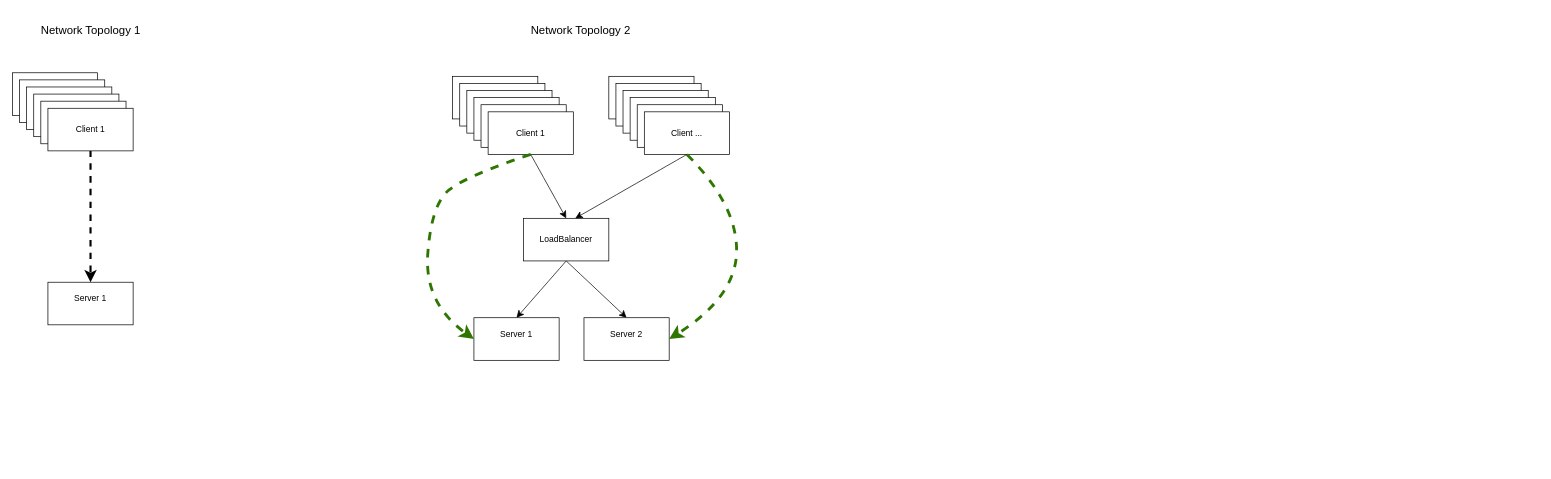
Before: Network_diagram.drawio in AlfSelen/distributedSystem, a draw.io diagram. Source tidied: cells renumbered, new cells numbered last; positions are measured from the earlier drawing's top-left corner, leaving out a move shared by most shapes. Both pictures are drawn from the tidied source at 71%, with x=0, y=0 at pixel (12, 19).
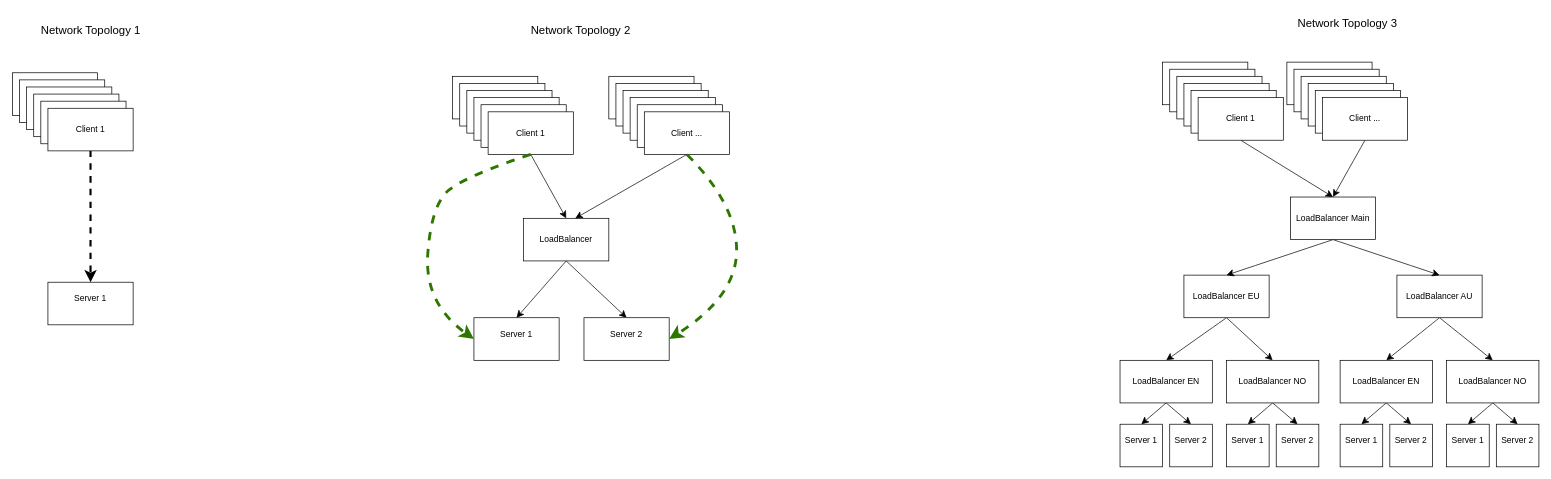
After the change.

What changed in the source:
```diff
@@
+    <mxCell id="33" style="edgeStyle=none;curved=1;rounded=0;jettySize=auto;html=1;exitX=0.5;exitY=1;exitDx=0;exitDy=0;entryX=0.5;entryY=0;entryDx=0;entryDy=0;fontSize=12;startSize=8;endSize=8;" parent="1" edge="1" source="35" target="56">
+      <mxGeometry relative="1" as="geometry" />
+    </mxCell>
+    <mxCell id="34" style="edgeStyle=none;curved=1;rounded=0;jettySize=auto;html=1;exitX=0.5;exitY=1;exitDx=0;exitDy=0;entryX=0.5;entryY=0;entryDx=0;entryDy=0;fontSize=12;startSize=8;endSize=8;" parent="1" edge="1" source="35" target="53">
+      <mxGeometry relative="1" as="geometry" />
+    </mxCell>
+    <mxCell id="35" value="&lt;div&gt;LoadBalancer EU&lt;/div&gt;" style="rounded=0;whiteSpace=wrap;html=1;" parent="1" vertex="1">
+      <mxGeometry x="1650" y="360" width="120" height="60" as="geometry" />
+    </mxCell>
+    <mxCell id="36" style="rounded=0;whiteSpace=wrap;html=1;" parent="1" vertex="1">
+      <mxGeometry x="1620" y="60" width="120" height="60" as="geometry" />
+    </mxCell>
+    <mxCell id="37" style="rounded=0;whiteSpace=wrap;html=1;" parent="1" vertex="1">
+      <mxGeometry x="1630" y="70" width="120" height="60" as="geometry" />
+    </mxCell>
+    <mxCell id="38" style="rounded=0;whiteSpace=wrap;html=1;" parent="1" vertex="1">
+      <mxGeometry x="1640" y="80" width="120" height="60" as="geometry" />
+    </mxCell>
+    <mxCell id="39" style="rounded=0;whiteSpace=wrap;html=1;" parent="1" vertex="1">
+      <mxGeometry x="1650" y="90" width="120" height="60" as="geometry" />
+    </mxCell>
+    <mxCell id="40" style="rounded=0;whiteSpace=wrap;html=1;" parent="1" vertex="1">
+      <mxGeometry x="1660" y="100" width="120" height="60" as="geometry" />
+    </mxCell>
+    <mxCell id="41" style="edgeStyle=none;curved=1;rounded=0;jettySize=auto;html=1;exitX=0.5;exitY=1;exitDx=0;exitDy=0;entryX=0.5;entryY=0;entryDx=0;entryDy=0;fontSize=12;startSize=8;endSize=8;" parent="1" edge="1" source="42" target="76">
+      <mxGeometry relative="1" as="geometry" />
+    </mxCell>
+    <mxCell id="42" value="Client 1" style="rounded=0;whiteSpace=wrap;html=1;" parent="1" vertex="1">
+      <mxGeometry x="1670" y="110" width="120" height="60" as="geometry" />
+    </mxCell>
+    <mxCell id="43" style="rounded=0;whiteSpace=wrap;html=1;" parent="1" vertex="1">
+      <mxGeometry x="1795" y="60" width="120" height="60" as="geometry" />
+    </mxCell>
+    <mxCell id="44" style="rounded=0;whiteSpace=wrap;html=1;" parent="1" vertex="1">
+      <mxGeometry x="1805" y="70" width="120" height="60" as="geometry" />
+    </mxCell>
+    <mxCell id="45" style="rounded=0;whiteSpace=wrap;html=1;" parent="1" vertex="1">
+      <mxGeometry x="1815" y="80" width="120" height="60" as="geometry" />
+    </mxCell>
+    <mxCell id="46" style="rounded=0;whiteSpace=wrap;html=1;" parent="1" vertex="1">
+      <mxGeometry x="1825" y="90" width="120" height="60" as="geometry" />
+    </mxCell>
+    <mxCell id="47" style="rounded=0;whiteSpace=wrap;html=1;" parent="1" vertex="1">
+      <mxGeometry x="1835" y="100" width="120" height="60" as="geometry" />
+    </mxCell>
+    <mxCell id="48" style="edgeStyle=none;curved=1;rounded=0;jettySize=auto;html=1;exitX=0.5;exitY=1;exitDx=0;exitDy=0;entryX=0.5;entryY=0;entryDx=0;entryDy=0;fontSize=12;startSize=8;endSize=8;" parent="1" edge="1" source="49" target="76">
+      <mxGeometry relative="1" as="geometry" />
+    </mxCell>
+    <mxCell id="49" value="Client ..." style="rounded=0;whiteSpace=wrap;html=1;" parent="1" vertex="1">
+      <mxGeometry x="1845" y="110" width="120" height="60" as="geometry" />
+    </mxCell>
+    <mxCell id="50" value="Network Topology 3" style="text;html=1;align=center;verticalAlign=middle;strokeColor=none;fillColor=none;fontSize=16;" parent="1" vertex="1">
+      <mxGeometry x="1800" y="-10" width="160" height="30" as="geometry" />
+    </mxCell>
+    <mxCell id="51" style="edgeStyle=none;curved=1;rounded=0;jettySize=auto;html=1;exitX=0.5;exitY=1;exitDx=0;exitDy=0;entryX=0.5;entryY=0;entryDx=0;entryDy=0;fontSize=12;startSize=8;endSize=8;" parent="1" edge="1" source="53" target="59">
+      <mxGeometry relative="1" as="geometry" />
+    </mxCell>
+    <mxCell id="52" style="edgeStyle=none;curved=1;rounded=0;jettySize=auto;html=1;exitX=0.5;exitY=1;exitDx=0;exitDy=0;entryX=0.5;entryY=0;entryDx=0;entryDy=0;fontSize=12;startSize=8;endSize=8;" parent="1" edge="1" source="53" target="60">
+      <mxGeometry relative="1" as="geometry" />
+    </mxCell>
+    <mxCell id="53" value="&lt;div&gt;LoadBalancer NO&lt;/div&gt;" style="rounded=0;whiteSpace=wrap;html=1;" parent="1" vertex="1">
+      <mxGeometry x="1710" y="480" width="130" height="60" as="geometry" />
+    </mxCell>
+    <mxCell id="54" style="edgeStyle=none;curved=1;rounded=0;jettySize=auto;html=1;exitX=0.5;exitY=1;exitDx=0;exitDy=0;entryX=0.5;entryY=0;entryDx=0;entryDy=0;fontSize=12;startSize=8;endSize=8;" parent="1" edge="1" source="56" target="57">
+      <mxGeometry relative="1" as="geometry" />
+    </mxCell>
+    <mxCell id="55" style="edgeStyle=none;curved=1;rounded=0;jettySize=auto;html=1;exitX=0.5;exitY=1;exitDx=0;exitDy=0;entryX=0.5;entryY=0;entryDx=0;entryDy=0;fontSize=12;startSize=8;endSize=8;" parent="1" edge="1" source="56" target="58">
+      <mxGeometry relative="1" as="geometry" />
+    </mxCell>
+    <mxCell id="56" value="&lt;div&gt;LoadBalancer EN&lt;/div&gt;" style="rounded=0;whiteSpace=wrap;html=1;" parent="1" vertex="1">
+      <mxGeometry x="1560" y="480" width="130" height="60" as="geometry" />
+    </mxCell>
+    <mxCell id="57" value="Server 1&lt;div&gt;&lt;br&gt;&lt;/div&gt;" style="rounded=0;whiteSpace=wrap;html=1;" parent="1" vertex="1">
+      <mxGeometry x="1560" y="570" width="60" height="60" as="geometry" />
+    </mxCell>
+    <mxCell id="58" value="Server 2&lt;div&gt;&lt;br&gt;&lt;/div&gt;" style="rounded=0;whiteSpace=wrap;html=1;" parent="1" vertex="1">
+      <mxGeometry x="1630" y="570" width="60" height="60" as="geometry" />
+    </mxCell>
+    <mxCell id="59" value="Server 1&lt;div&gt;&lt;br&gt;&lt;/div&gt;" style="rounded=0;whiteSpace=wrap;html=1;" parent="1" vertex="1">
+      <mxGeometry x="1710" y="570" width="60" height="60" as="geometry" />
+    </mxCell>
+    <mxCell id="60" value="Server 2&lt;div&gt;&lt;br&gt;&lt;/div&gt;" style="rounded=0;whiteSpace=wrap;html=1;" parent="1" vertex="1">
+      <mxGeometry x="1780" y="570" width="60" height="60" as="geometry" />
+    </mxCell>
+    <mxCell id="61" style="edgeStyle=none;curved=1;rounded=0;jettySize=auto;html=1;exitX=0.5;exitY=1;exitDx=0;exitDy=0;entryX=0.5;entryY=0;entryDx=0;entryDy=0;fontSize=12;startSize=8;endSize=8;" parent="1" edge="1" source="63" target="69">
+      <mxGeometry relative="1" as="geometry" />
+    </mxCell>
+    <mxCell id="62" style="edgeStyle=none;curved=1;rounded=0;jettySize=auto;html=1;exitX=0.5;exitY=1;exitDx=0;exitDy=0;entryX=0.5;entryY=0;entryDx=0;entryDy=0;fontSize=12;startSize=8;endSize=8;" parent="1" edge="1" source="63" target="66">
+      <mxGeometry relative="1" as="geometry" />
+    </mxCell>
+    <mxCell id="63" value="&lt;div&gt;LoadBalancer AU&lt;/div&gt;" style="rounded=0;whiteSpace=wrap;html=1;" parent="1" vertex="1">
+      <mxGeometry x="1950" y="360" width="120" height="60" as="geometry" />
+    </mxCell>
+    <mxCell id="64" style="edgeStyle=none;curved=1;rounded=0;jettySize=auto;html=1;exitX=0.5;exitY=1;exitDx=0;exitDy=0;entryX=0.5;entryY=0;entryDx=0;entryDy=0;fontSize=12;startSize=8;endSize=8;" parent="1" edge="1" source="66" target="72">
+      <mxGeometry relative="1" as="geometry" />
+    </mxCell>
+    <mxCell id="65" style="edgeStyle=none;curved=1;rounded=0;jettySize=auto;html=1;exitX=0.5;exitY=1;exitDx=0;exitDy=0;entryX=0.5;entryY=0;entryDx=0;entryDy=0;fontSize=12;startSize=8;endSize=8;" parent="1" edge="1" source="66" target="73">
+      <mxGeometry relative="1" as="geometry" />
+    </mxCell>
+    <mxCell id="66" value="&lt;div&gt;LoadBalancer NO&lt;/div&gt;" style="rounded=0;whiteSpace=wrap;html=1;" parent="1" vertex="1">
+      <mxGeometry x="2020" y="480" width="130" height="60" as="geometry" />
+    </mxCell>
+    <mxCell id="67" style="edgeStyle=none;curved=1;rounded=0;jettySize=auto;html=1;exitX=0.5;exitY=1;exitDx=0;exitDy=0;entryX=0.5;entryY=0;entryDx=0;entryDy=0;fontSize=12;startSize=8;endSize=8;" parent="1" edge="1" source="69" target="70">
+      <mxGeometry relative="1" as="geometry" />
+    </mxCell>
+    <mxCell id="68" style="edgeStyle=none;curved=1;rounded=0;jettySize=auto;html=1;exitX=0.5;exitY=1;exitDx=0;exitDy=0;entryX=0.5;entryY=0;entryDx=0;entryDy=0;fontSize=12;startSize=8;endSize=8;" parent="1" edge="1" source="69" target="71">
+      <mxGeometry relative="1" as="geometry" />
+    </mxCell>
+    <mxCell id="69" value="&lt;div&gt;LoadBalancer EN&lt;/div&gt;" style="rounded=0;whiteSpace=wrap;html=1;" parent="1" vertex="1">
+      <mxGeometry x="1870" y="480" width="130" height="60" as="geometry" />
+    </mxCell>
+    <mxCell id="70" value="Server 1&lt;div&gt;&lt;br&gt;&lt;/div&gt;" style="rounded=0;whiteSpace=wrap;html=1;" parent="1" vertex="1">
+      <mxGeometry x="1870" y="570" width="60" height="60" as="geometry" />
+    </mxCell>
+    <mxCell id="71" value="Server 2&lt;div&gt;&lt;br&gt;&lt;/div&gt;" style="rounded=0;whiteSpace=wrap;html=1;" parent="1" vertex="1">
+      <mxGeometry x="1940" y="570" width="60" height="60" as="geometry" />
+    </mxCell>
+    <mxCell id="72" value="Server 1&lt;div&gt;&lt;br&gt;&lt;/div&gt;" style="rounded=0;whiteSpace=wrap;html=1;" parent="1" vertex="1">
+      <mxGeometry x="2020" y="570" width="60" height="60" as="geometry" />
+    </mxCell>
+    <mxCell id="73" value="Server 2&lt;div&gt;&lt;br&gt;&lt;/div&gt;" style="rounded=0;whiteSpace=wrap;html=1;" parent="1" vertex="1">
+      <mxGeometry x="2090" y="570" width="60" height="60" as="geometry" />
+    </mxCell>
+    <mxCell id="74" style="edgeStyle=none;curved=1;rounded=0;jettySize=auto;html=1;exitX=0.5;exitY=1;exitDx=0;exitDy=0;entryX=0.5;entryY=0;entryDx=0;entryDy=0;fontSize=12;startSize=8;endSize=8;" parent="1" edge="1" source="76" target="35">
+      <mxGeometry relative="1" as="geometry" />
+    </mxCell>
+    <mxCell id="75" style="edgeStyle=none;curved=1;rounded=0;jettySize=auto;html=1;exitX=0.5;exitY=1;exitDx=0;exitDy=0;entryX=0.5;entryY=0;entryDx=0;entryDy=0;fontSize=12;startSize=8;endSize=8;" parent="1" edge="1" source="76" target="63">
+      <mxGeometry relative="1" as="geometry" />
+    </mxCell>
+    <mxCell id="76" value="&lt;div&gt;LoadBalancer Main&lt;/div&gt;" style="rounded=0;whiteSpace=wrap;html=1;" parent="1" vertex="1">
+      <mxGeometry x="1800" y="250" width="120" height="60" as="geometry" />
+    </mxCell>
```
